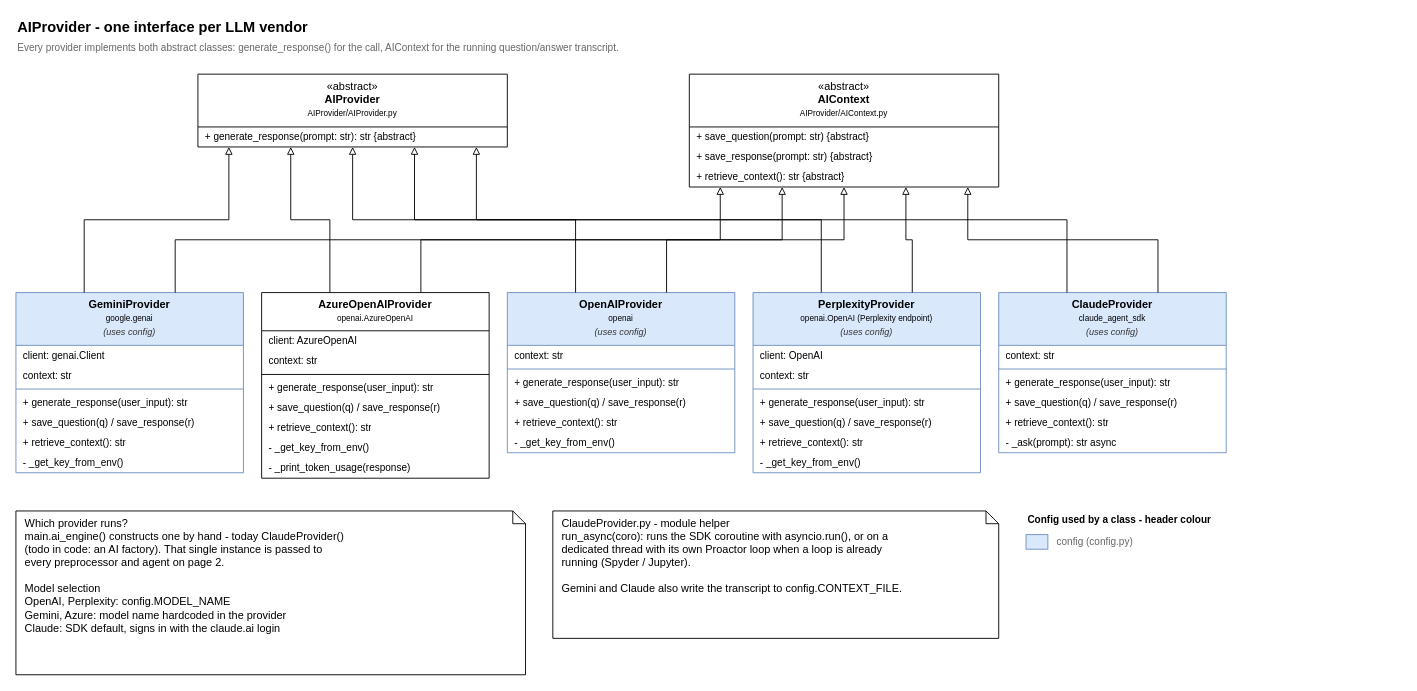
kaw-7/ai-assistant keeps this draw.io diagram as page "1 - AI providers" (1 of 3) of ClassDiagram/AIAssistant.drawio. Above is the earlier version. Source tidied: cells renumbered, new cells numbered last; positions are measured from the earlier drawing's top-left corner, leaving out a move shared by most shapes. Both pictures are drawn from the tidied source at 91%, with x=0, y=0 at pixel (15, 15).
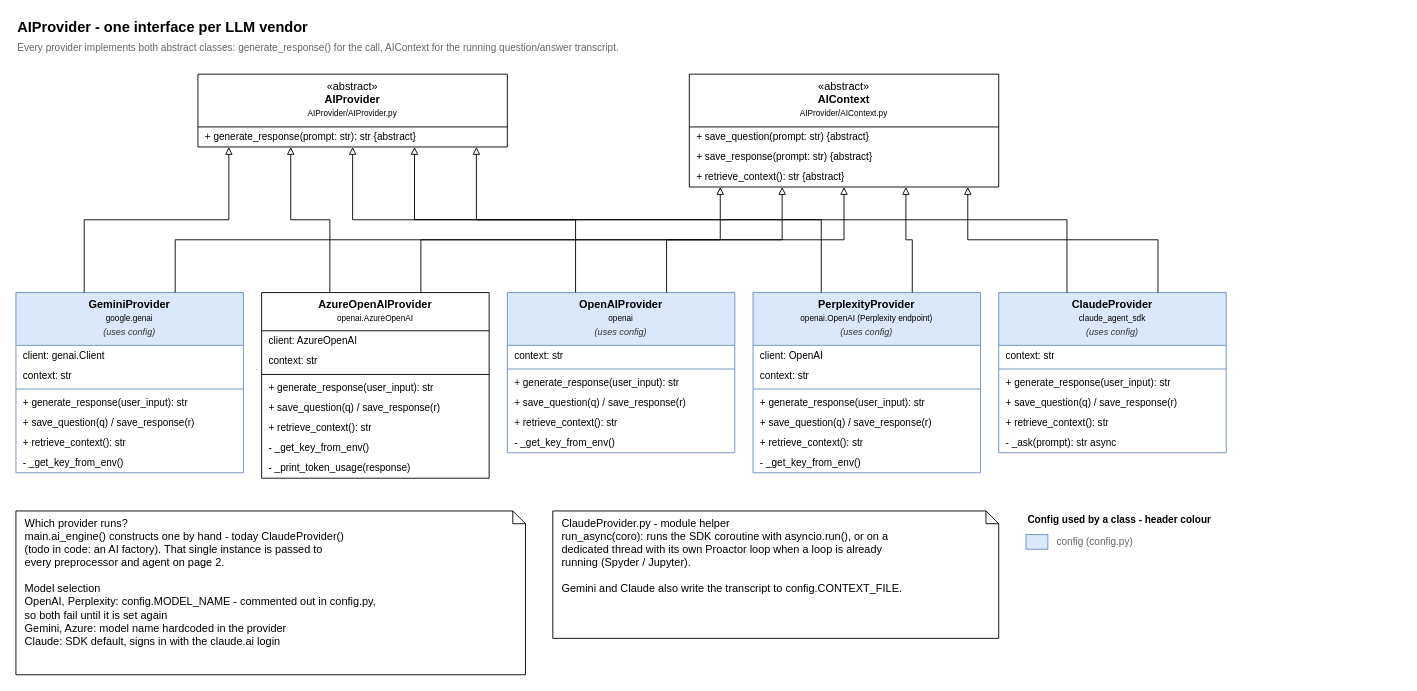
The same page after the edit.

The edit, as a diff of the source:
```diff
@@
-    <mxCell id="59" value="Which provider runs?&lt;br&gt;main.ai_engine() constructs one by hand - today ClaudeProvider()&lt;br&gt;(todo in code: an AI factory). That single instance is passed to&lt;br&gt;every preprocessor and agent on page 2.&lt;br&gt;&lt;br&gt;Model selection&lt;br&gt;  OpenAI, Perplexity: config.MODEL_NAME&lt;br&gt;  Gemini, Azure: model name hardcoded in the provider&lt;br&gt;  Claude: SDK default, signs in with the claude.ai login" style="shape=note;whiteSpace=wrap;html=1;size=14;align=left;spacingLeft=8;verticalAlign=top;" parent="1" vertex="1">
+    <mxCell id="59" value="Which provider runs?&lt;br&gt;main.ai_engine() constructs one by hand - today ClaudeProvider()&lt;br&gt;(todo in code: an AI factory). That single instance is passed to&lt;br&gt;every preprocessor and agent on page 2.&lt;br&gt;&lt;br&gt;Model selection&lt;br&gt;  OpenAI, Perplexity: config.MODEL_NAME - commented out in config.py,&lt;br&gt;    so both fail until it is set again&lt;br&gt;  Gemini, Azure: model name hardcoded in the provider&lt;br&gt;  Claude: SDK default, signs in with the claude.ai login" style="shape=note;whiteSpace=wrap;html=1;size=14;align=left;spacingLeft=8;verticalAlign=top;" parent="1" vertex="1">
       <mxGeometry y="544" width="560" height="180" as="geometry" />
     </mxCell>
```
